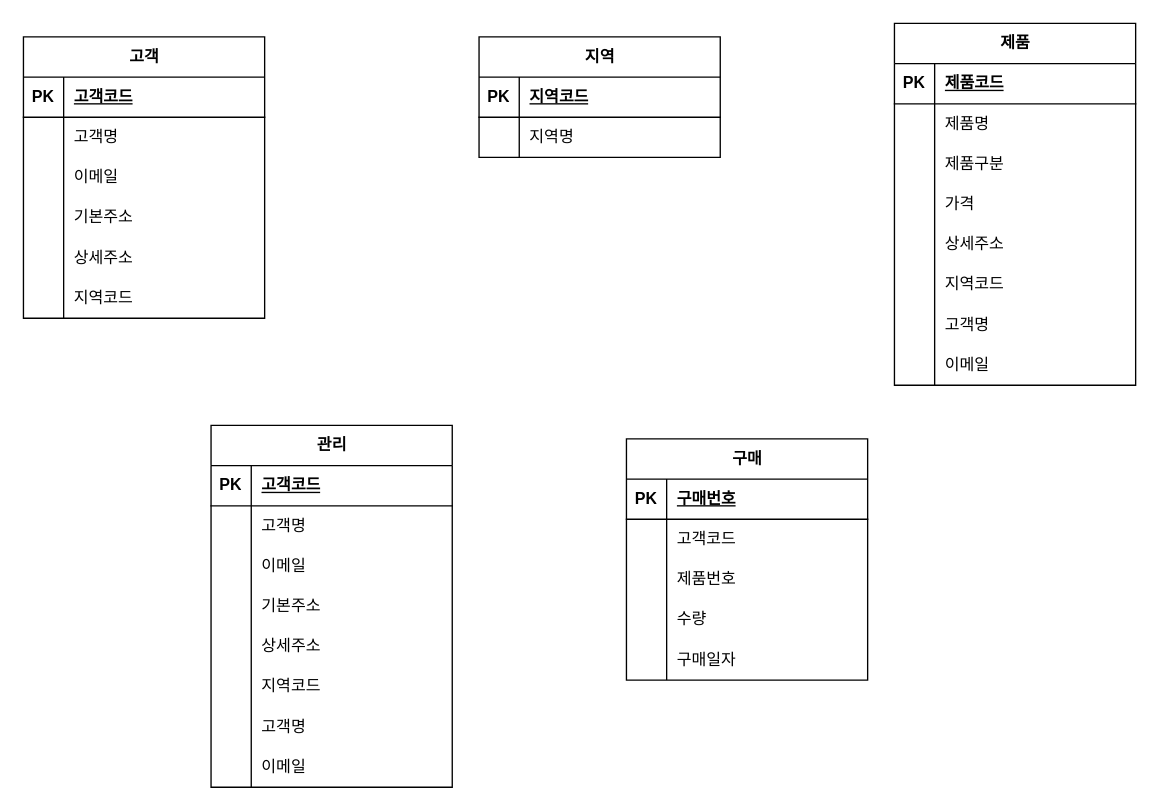
pjjang/online-ERD-Electronic-Commerce keeps this draw.io diagram as page "페이지-2" (2 of 2) of 제목 없는 다이어그램.drawio. Above is the earlier version. Source tidied: cells renumbered, new cells numbered last; positions are measured from the earlier drawing's top-left corner, leaving out a move shared by most shapes. Both pictures are drawn from the tidied source at 134%, with x=0, y=0 at pixel (23, 23).
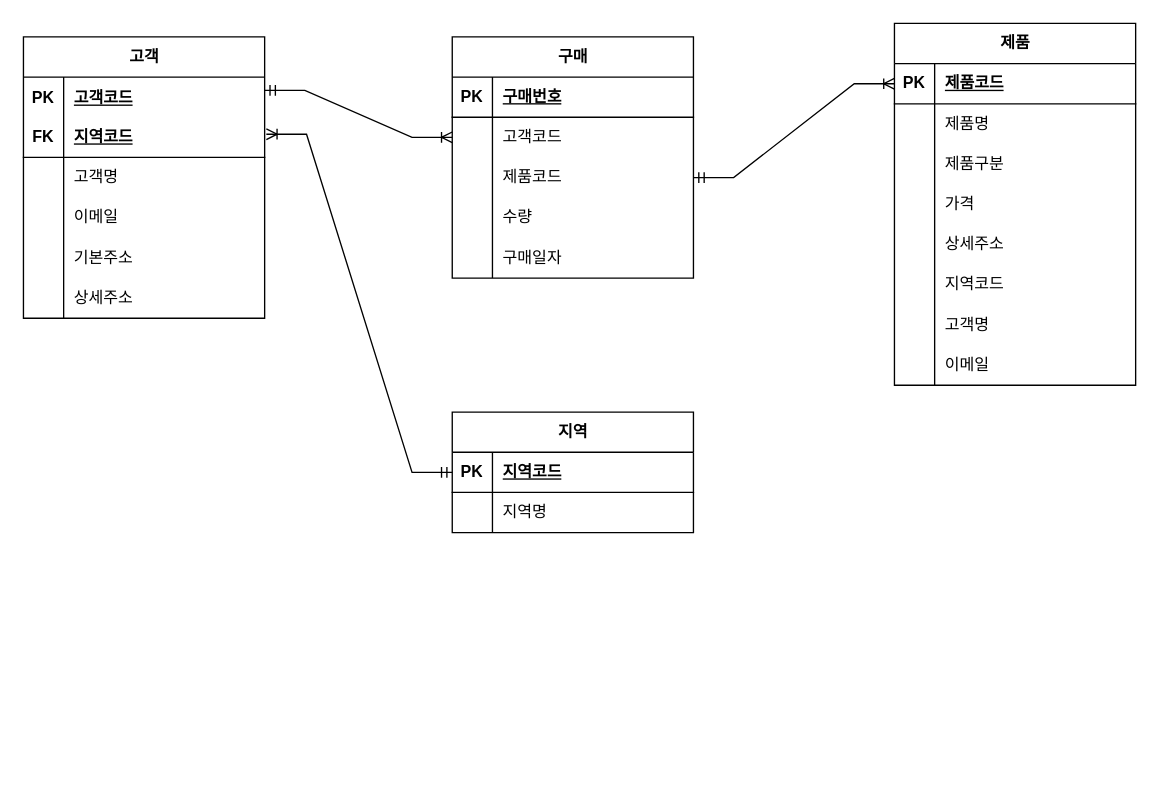
After the change.

Commit message:
제목 없는 다이어그램.drawio 업데이트

The change refers to these unchanged cells:
```xml
<mxCell id="2" value="고객" style="shape=table;startSize=30;childLayout=tableLayout;rowLines=0;fontStyle=1;align=center;html=1;" parent="1" vertex="1">
  <mxGeometry y="10" width="180" height="210" as="geometry" />
</mxCell>
<mxCell id="22" style="shape=tableRow;horizontal=0;startSize=0;swimlaneHead=0;swimlaneBody=0;fillColor=none;points=[[0,0.5],[1,0.5]];portConstraint=eastwest;top=0;left=0;right=0;bottom=1;" parent="21" vertex="1">
  <mxGeometry y="30" width="180" height="30" as="geometry" />
</mxCell>
<mxCell id="29" style="shape=tableRow;horizontal=0;startSize=0;swimlaneHead=0;swimlaneBody=0;fillColor=none;points=[[0,0.5],[1,0.5]];portConstraint=eastwest;top=0;left=0;right=0;bottom=1;" parent="28" vertex="1">
  <mxGeometry y="30" width="180" height="30" as="geometry" />
</mxCell>
<mxCell id="82" style="shape=tableRow;horizontal=0;startSize=0;swimlaneHead=0;swimlaneBody=0;fillColor=none;points=[[0,0.5],[1,0.5]];portConstraint=eastwest;top=0;left=0;right=0;bottom=0;" parent="78" vertex="1">
  <mxGeometry y="60" width="180" height="30" as="geometry" />
</mxCell>
<mxCell id="85" style="shape=tableRow;horizontal=0;startSize=0;swimlaneHead=0;swimlaneBody=0;fillColor=none;points=[[0,0.5],[1,0.5]];portConstraint=eastwest;top=0;left=0;right=0;bottom=0;" parent="78" vertex="1">
  <mxGeometry y="90" width="180" height="30" as="geometry" />
</mxCell>
```

Change to the diagram source:
```diff
@@
     <mxCell id="3" style="shape=tableRow;horizontal=0;startSize=0;swimlaneHead=0;swimlaneBody=0;fillColor=none;points=[[0,0.5],[1,0.5]];portConstraint=eastwest;top=0;left=0;right=0;bottom=1;" parent="2" vertex="1">
-      <mxGeometry y="30" width="180" height="30" as="geometry" />
+      <mxGeometry y="30" width="180" height="60" as="geometry" />
     </mxCell>
-    <mxCell id="4" value="PK" style="shape=partialRectangle;fillColor=none;top=0;left=0;bottom=0;right=0;fontStyle=1;overflow=hidden;whiteSpace=wrap;html=1;" parent="3" vertex="1">
-      <mxGeometry width="30" height="30" as="geometry" />
+    <mxCell id="4" value="PK&lt;br&gt;&lt;br&gt;FK" style="shape=partialRectangle;fillColor=none;top=0;left=0;bottom=0;right=0;fontStyle=1;overflow=hidden;whiteSpace=wrap;html=1;" parent="3" vertex="1">
+      <mxGeometry width="30" height="60" as="geometry" />
     </mxCell>
-    <mxCell id="5" value="고객코드" style="shape=partialRectangle;fillColor=none;top=0;left=0;bottom=0;right=0;align=left;spacingLeft=6;fontStyle=5;overflow=hidden;whiteSpace=wrap;html=1;" parent="3" vertex="1">
-      <mxGeometry x="30" width="150" height="30" as="geometry" />
+    <mxCell id="5" value="고객코드&lt;br&gt;&lt;br&gt;지역코드" style="shape=partialRectangle;fillColor=none;top=0;left=0;bottom=0;right=0;align=left;spacingLeft=6;fontStyle=5;overflow=hidden;whiteSpace=wrap;html=1;" parent="3" vertex="1">
+      <mxGeometry x="30" width="150" height="60" as="geometry" />
     </mxCell>
     <mxCell id="6" style="shape=tableRow;horizontal=0;startSize=0;swimlaneHead=0;swimlaneBody=0;fillColor=none;top=0;left=0;right=0;bottom=0;" parent="2" vertex="1">
-      <mxGeometry y="60" width="180" height="30" as="geometry" />
+      <mxGeometry y="90" width="180" height="30" as="geometry" />
     </mxCell>
@@
     <mxCell id="9" style="shape=tableRow;horizontal=0;startSize=0;swimlaneHead=0;swimlaneBody=0;fillColor=none;top=0;left=0;right=0;bottom=0;" parent="2" vertex="1">
-      <mxGeometry y="90" width="180" height="30" as="geometry" />
+      <mxGeometry y="120" width="180" height="30" as="geometry" />
     </mxCell>
@@
     <mxCell id="12" style="shape=tableRow;horizontal=0;startSize=0;swimlaneHead=0;swimlaneBody=0;fillColor=none;top=0;left=0;right=0;bottom=0;" parent="2" vertex="1">
-      <mxGeometry y="120" width="180" height="30" as="geometry" />
+      <mxGeometry y="150" width="180" height="30" as="geometry" />
     </mxCell>
@@
     <mxCell id="15" style="shape=tableRow;horizontal=0;startSize=0;swimlaneHead=0;swimlaneBody=0;fillColor=none;top=0;left=0;right=0;bottom=0;" parent="2" vertex="1">
-      <mxGeometry y="150" width="180" height="30" as="geometry" />
+      <mxGeometry y="180" width="180" height="30" as="geometry" />
     </mxCell>
@@
-    <mxCell id="18" style="shape=tableRow;horizontal=0;startSize=0;swimlaneHead=0;swimlaneBody=0;fillColor=none;top=0;left=0;right=0;bottom=0;" parent="2" vertex="1">
-      <mxGeometry y="180" width="180" height="30" as="geometry" />
-    </mxCell>
-    <mxCell id="19" style="shape=partialRectangle;fillColor=none;top=0;left=0;bottom=0;right=0;overflow=hidden;whiteSpace=wrap;html=1;" parent="18" vertex="1">
-      <mxGeometry width="30" height="30" as="geometry" />
-    </mxCell>
-    <mxCell id="20" value="지역코드" style="shape=partialRectangle;fillColor=none;top=0;left=0;bottom=0;right=0;align=left;spacingLeft=6;overflow=hidden;whiteSpace=wrap;html=1;" parent="18" vertex="1">
-      <mxGeometry x="30" width="150" height="30" as="geometry" />
-    </mxCell>
     <mxCell id="21" value="지역" style="shape=table;startSize=30;childLayout=tableLayout;rowLines=0;fontStyle=1;align=center;html=1;" parent="1" vertex="1">
-      <mxGeometry x="340" y="10" width="180" height="90" as="geometry" />
+      <mxGeometry x="320" y="290" width="180" height="90" as="geometry" />
     </mxCell>
@@
-    <mxCell id="53" value="관리" style="shape=table;startSize=30;childLayout=tableLayout;rowLines=0;fontStyle=1;align=center;html=1;" parent="1" vertex="1">
-      <mxGeometry x="140" y="300" width="180" height="270" as="geometry" />
-    </mxCell>
-    <mxCell id="54" style="shape=tableRow;horizontal=0;startSize=0;swimlaneHead=0;swimlaneBody=0;fillColor=none;top=0;left=0;right=0;bottom=1;" parent="53" vertex="1">
-      <mxGeometry y="30" width="180" height="30" as="geometry" />
-    </mxCell>
-    <mxCell id="55" value="PK" style="shape=partialRectangle;fillColor=none;top=0;left=0;bottom=0;right=0;fontStyle=1;overflow=hidden;whiteSpace=wrap;html=1;" parent="54" vertex="1">
-      <mxGeometry width="30" height="30" as="geometry" />
-    </mxCell>
-    <mxCell id="56" value="고객코드" style="shape=partialRectangle;fillColor=none;top=0;left=0;bottom=0;right=0;align=left;spacingLeft=6;fontStyle=5;overflow=hidden;whiteSpace=wrap;html=1;" parent="54" vertex="1">
-      <mxGeometry x="30" width="150" height="30" as="geometry" />
-    </mxCell>
-    <mxCell id="57" style="shape=tableRow;horizontal=0;startSize=0;swimlaneHead=0;swimlaneBody=0;fillColor=none;top=0;left=0;right=0;bottom=0;" parent="53" vertex="1">
-      <mxGeometry y="60" width="180" height="30" as="geometry" />
-    </mxCell>
-    <mxCell id="58" style="shape=partialRectangle;fillColor=none;top=0;left=0;bottom=0;right=0;overflow=hidden;whiteSpace=wrap;html=1;" parent="57" vertex="1">
-      <mxGeometry width="30" height="30" as="geometry" />
-    </mxCell>
-    <mxCell id="59" value="고객명" style="shape=partialRectangle;fillColor=none;top=0;left=0;bottom=0;right=0;align=left;spacingLeft=6;overflow=hidden;whiteSpace=wrap;html=1;" parent="57" vertex="1">
-      <mxGeometry x="30" width="150" height="30" as="geometry" />
-    </mxCell>
-    <mxCell id="60" style="shape=tableRow;horizontal=0;startSize=0;swimlaneHead=0;swimlaneBody=0;fillColor=none;top=0;left=0;right=0;bottom=0;" parent="53" vertex="1">
-      <mxGeometry y="90" width="180" height="30" as="geometry" />
-    </mxCell>
-    <mxCell id="61" style="shape=partialRectangle;fillColor=none;top=0;left=0;bottom=0;right=0;overflow=hidden;whiteSpace=wrap;html=1;" parent="60" vertex="1">
-      <mxGeometry width="30" height="30" as="geometry" />
-    </mxCell>
-    <mxCell id="62" value="이메일" style="shape=partialRectangle;fillColor=none;top=0;left=0;bottom=0;right=0;align=left;spacingLeft=6;overflow=hidden;whiteSpace=wrap;html=1;" parent="60" vertex="1">
-      <mxGeometry x="30" width="150" height="30" as="geometry" />
-    </mxCell>
-    <mxCell id="63" style="shape=tableRow;horizontal=0;startSize=0;swimlaneHead=0;swimlaneBody=0;fillColor=none;top=0;left=0;right=0;bottom=0;" parent="53" vertex="1">
-      <mxGeometry y="120" width="180" height="30" as="geometry" />
-    </mxCell>
-    <mxCell id="64" style="shape=partialRectangle;fillColor=none;top=0;left=0;bottom=0;right=0;overflow=hidden;whiteSpace=wrap;html=1;" parent="63" vertex="1">
-      <mxGeometry width="30" height="30" as="geometry" />
-    </mxCell>
-    <mxCell id="65" value="기본주소" style="shape=partialRectangle;fillColor=none;top=0;left=0;bottom=0;right=0;align=left;spacingLeft=6;overflow=hidden;whiteSpace=wrap;html=1;" parent="63" vertex="1">
-      <mxGeometry x="30" width="150" height="30" as="geometry" />
-    </mxCell>
-    <mxCell id="66" style="shape=tableRow;horizontal=0;startSize=0;swimlaneHead=0;swimlaneBody=0;fillColor=none;top=0;left=0;right=0;bottom=0;" parent="53" vertex="1">
-      <mxGeometry y="150" width="180" height="30" as="geometry" />
-    </mxCell>
-    <mxCell id="67" style="shape=partialRectangle;fillColor=none;top=0;left=0;bottom=0;right=0;overflow=hidden;whiteSpace=wrap;html=1;" parent="66" vertex="1">
-      <mxGeometry width="30" height="30" as="geometry" />
-    </mxCell>
-    <mxCell id="68" value="상세주소" style="shape=partialRectangle;fillColor=none;top=0;left=0;bottom=0;right=0;align=left;spacingLeft=6;overflow=hidden;whiteSpace=wrap;html=1;" parent="66" vertex="1">
-      <mxGeometry x="30" width="150" height="30" as="geometry" />
-    </mxCell>
-    <mxCell id="69" style="shape=tableRow;horizontal=0;startSize=0;swimlaneHead=0;swimlaneBody=0;fillColor=none;top=0;left=0;right=0;bottom=0;" parent="53" vertex="1">
-      <mxGeometry y="180" width="180" height="30" as="geometry" />
-    </mxCell>
-    <mxCell id="70" style="shape=partialRectangle;fillColor=none;top=0;left=0;bottom=0;right=0;overflow=hidden;whiteSpace=wrap;html=1;" parent="69" vertex="1">
-      <mxGeometry width="30" height="30" as="geometry" />
-    </mxCell>
-    <mxCell id="71" value="지역코드" style="shape=partialRectangle;fillColor=none;top=0;left=0;bottom=0;right=0;align=left;spacingLeft=6;overflow=hidden;whiteSpace=wrap;html=1;" parent="69" vertex="1">
-      <mxGeometry x="30" width="150" height="30" as="geometry" />
-    </mxCell>
-    <mxCell id="72" style="shape=tableRow;horizontal=0;startSize=0;swimlaneHead=0;swimlaneBody=0;fillColor=none;top=0;left=0;right=0;bottom=0;" parent="53" vertex="1">
-      <mxGeometry y="210" width="180" height="30" as="geometry" />
-    </mxCell>
-    <mxCell id="73" style="shape=partialRectangle;fillColor=none;top=0;left=0;bottom=0;right=0;overflow=hidden;whiteSpace=wrap;html=1;" parent="72" vertex="1">
-      <mxGeometry width="30" height="30" as="geometry" />
-    </mxCell>
-    <mxCell id="74" value="고객명" style="shape=partialRectangle;fillColor=none;top=0;left=0;bottom=0;right=0;align=left;spacingLeft=6;overflow=hidden;whiteSpace=wrap;html=1;" parent="72" vertex="1">
-      <mxGeometry x="30" width="150" height="30" as="geometry" />
-    </mxCell>
-    <mxCell id="75" style="shape=tableRow;horizontal=0;startSize=0;swimlaneHead=0;swimlaneBody=0;fillColor=none;top=0;left=0;right=0;bottom=0;" parent="53" vertex="1">
-      <mxGeometry y="240" width="180" height="30" as="geometry" />
-    </mxCell>
-    <mxCell id="76" style="shape=partialRectangle;fillColor=none;top=0;left=0;bottom=0;right=0;overflow=hidden;whiteSpace=wrap;html=1;" parent="75" vertex="1">
-      <mxGeometry width="30" height="30" as="geometry" />
-    </mxCell>
-    <mxCell id="77" value="이메일" style="shape=partialRectangle;fillColor=none;top=0;left=0;bottom=0;right=0;align=left;spacingLeft=6;overflow=hidden;whiteSpace=wrap;html=1;" parent="75" vertex="1">
-      <mxGeometry x="30" width="150" height="30" as="geometry" />
-    </mxCell>
     <mxCell id="78" value="구매" style="shape=table;startSize=30;childLayout=tableLayout;rowLines=0;fontStyle=1;align=center;html=1;" parent="1" vertex="1">
-      <mxGeometry x="450" y="310" width="180" height="180" as="geometry" />
+      <mxGeometry x="320" y="10" width="180" height="180" as="geometry" />
     </mxCell>
@@
-    <mxCell id="87" value="제품번호" style="shape=partialRectangle;fillColor=none;top=0;left=0;bottom=0;right=0;align=left;spacingLeft=6;overflow=hidden;whiteSpace=wrap;html=1;strokeColor=default;" parent="85" vertex="1">
+    <mxCell id="87" value="제품코드" style="shape=partialRectangle;fillColor=none;top=0;left=0;bottom=0;right=0;align=left;spacingLeft=6;overflow=hidden;whiteSpace=wrap;html=1;strokeColor=default;" parent="85" vertex="1">
       <mxGeometry x="30" width="150" height="30" as="geometry" />
     </mxCell>
@@
+    <mxCell id="94" style="edgeStyle=entityRelationEdgeStyle;fontSize=12;html=1;endArrow=ERoneToMany;startArrow=ERmandOne;rounded=0;entryX=0;entryY=0.5;entryDx=0;entryDy=0;" parent="1" edge="1" target="82">
+      <mxGeometry relative="1" as="geometry">
+        <mxPoint x="180" y="50" as="sourcePoint" />
+        <Array as="points">
+          <mxPoint x="90" y="20" />
+        </Array>
+      </mxGeometry>
+    </mxCell>
+    <mxCell id="95" style="edgeStyle=entityRelationEdgeStyle;fontSize=12;html=1;endArrow=ERoneToMany;startArrow=ERmandOne;rounded=0;exitX=0;exitY=0.5;exitDx=0;exitDy=0;entryX=1.007;entryY=0.711;entryDx=0;entryDy=0;entryPerimeter=0;" parent="1" edge="1" source="22" target="3">
+      <mxGeometry relative="1" as="geometry">
+        <Array as="points">
+          <mxPoint x="100" y="30" />
+        </Array>
+      </mxGeometry>
+    </mxCell>
+    <mxCell id="96" style="edgeStyle=entityRelationEdgeStyle;fontSize=12;html=1;endArrow=ERoneToMany;startArrow=ERmandOne;rounded=0;exitX=1;exitY=0.5;exitDx=0;exitDy=0;entryX=0;entryY=0.5;entryDx=0;entryDy=0;" parent="1" edge="1" source="85" target="29">
+      <mxGeometry relative="1" as="geometry">
+        <Array as="points">
+          <mxPoint x="110" y="40" />
+        </Array>
+      </mxGeometry>
+    </mxCell>
```
